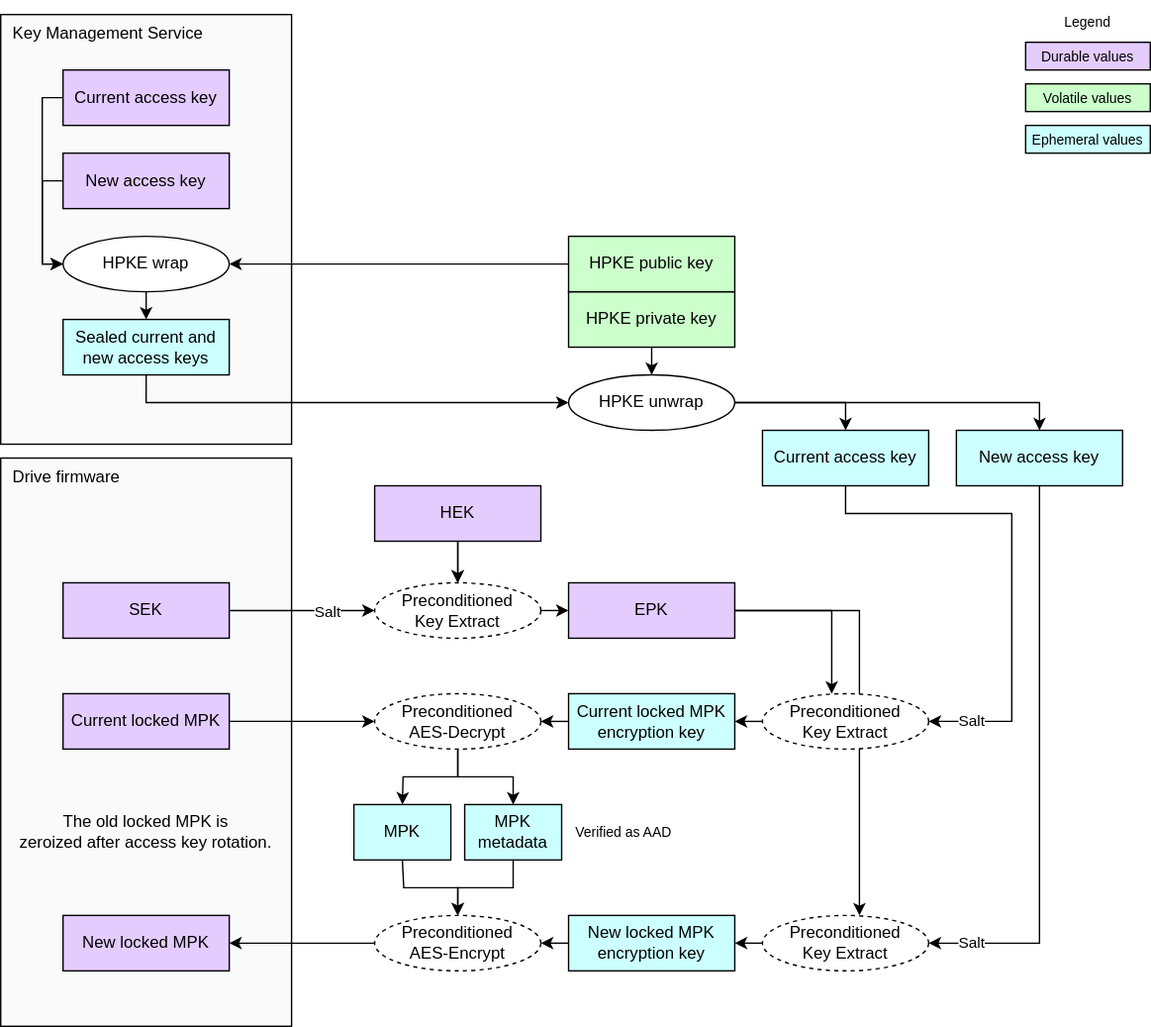
Earlier version of the draw.io export doc/ocp_lock/diagrams/mpk_access_key_rotation.drawio.svg (chipsalliance/Caliptra). Source tidied: cells renumbered, new cells last; positions are measured from the earlier drawing's top-left corner, leaving out a move shared by most shapes.
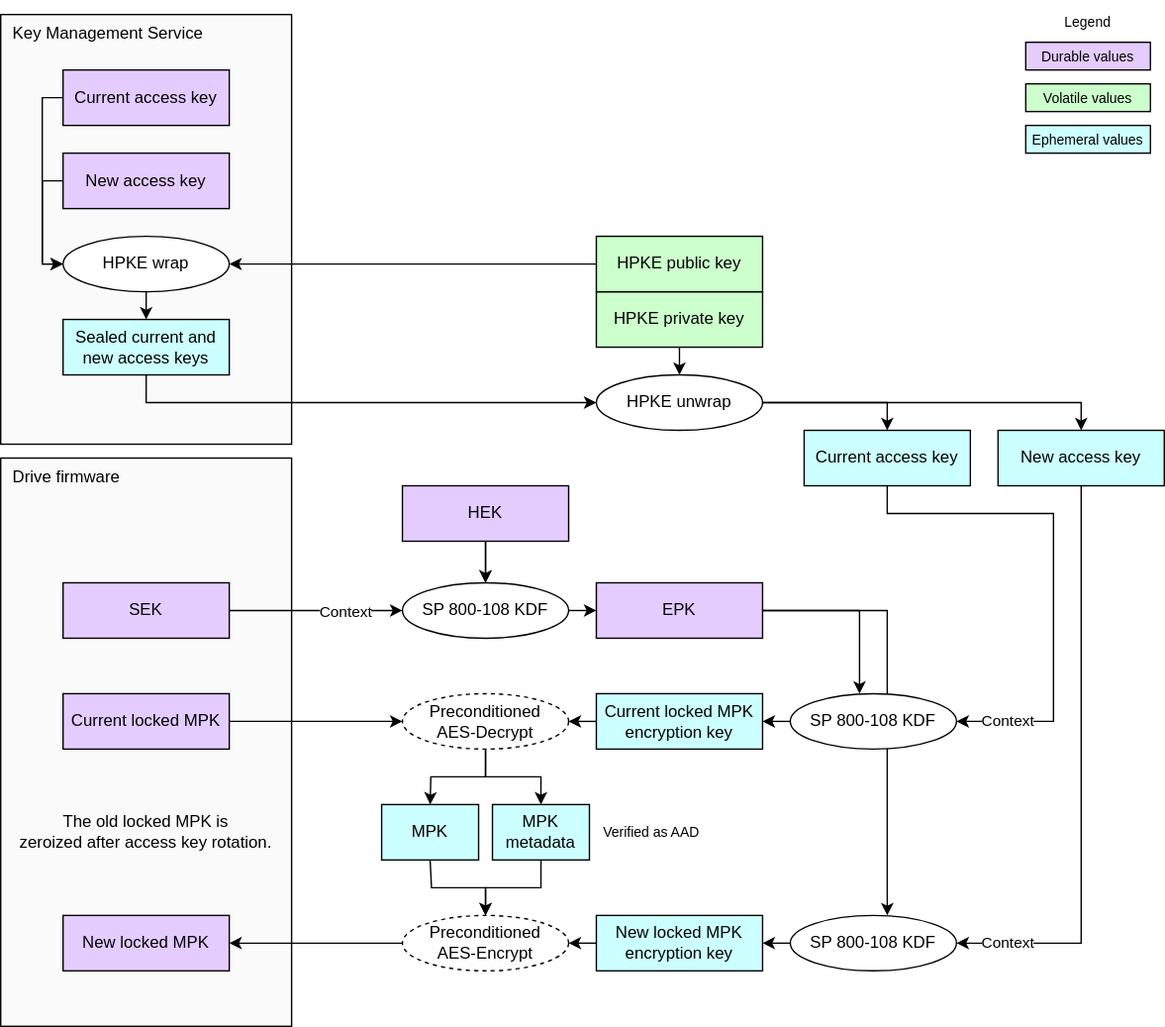
The same diagram one commit later.

Commit message:
Simplify LOCK to avoid use of preconditioned-key-extract. (#553)

What changed in the source:
```diff
@@ -9,7 +9,7 @@
       <mxGeometry relative="1" as="geometry" />
     </mxCell>
     <mxCell id="4" value="&lt;div&gt;&lt;font color=&quot;#000000&quot;&gt;HEK&lt;/font&gt;&lt;/div&gt;" style="rounded=0;whiteSpace=wrap;html=1;align=center;verticalAlign=middle;shadow=0;glass=0;spacingLeft=0;spacingBottom=0;spacingTop=0;fillColor=#E5CCFF;" parent="1" vertex="1">
-      <mxGeometry x="270" y="350" width="120" height="40" as="geometry" />
+      <mxGeometry x="290" y="350" width="120" height="40" as="geometry" />
     </mxCell>
     <mxCell id="5" value="&lt;div&gt;&lt;font color=&quot;#000000&quot;&gt;Durable values&lt;/font&gt;&lt;/div&gt;" style="rounded=0;whiteSpace=wrap;html=1;align=center;verticalAlign=middle;shadow=0;glass=0;spacingLeft=0;spacingBottom=0;spacingTop=0;fillColor=#E5CCFF;fontSize=10;" parent="1" vertex="1">
       <mxGeometry x="740" y="30" width="90" height="20" as="geometry" />
@@ -26,7 +26,7 @@
     <mxCell id="9" style="edgeStyle=none;html=1;exitX=1;exitY=0.5;exitDx=0;exitDy=0;entryX=0;entryY=0.5;entryDx=0;entryDy=0;" parent="1" edge="1" source="11" target="13">
       <mxGeometry relative="1" as="geometry" />
     </mxCell>
-    <mxCell id="10" value="Salt" style="edgeLabel;html=1;align=center;verticalAlign=middle;" parent="9" vertex="1">
+    <mxCell id="10" value="Context" style="edgeLabel;html=1;align=center;verticalAlign=middle;" parent="9" vertex="1">
       <mxGeometry x="0.33" relative="1" as="geometry" />
     </mxCell>
     <mxCell id="11" value="&lt;div&gt;&lt;font color=&quot;#000000&quot;&gt;SEK&lt;/font&gt;&lt;/div&gt;" style="rounded=0;whiteSpace=wrap;html=1;align=center;verticalAlign=middle;shadow=0;glass=0;spacingLeft=0;spacingBottom=0;spacingTop=0;fillColor=#E5CCFF;" parent="1" vertex="1">
@@ -35,11 +35,11 @@
     <mxCell id="12" style="edgeStyle=none;html=1;exitX=1;exitY=0.5;exitDx=0;exitDy=0;entryX=0;entryY=0.5;entryDx=0;entryDy=0;" parent="1" edge="1" source="13" target="14">
       <mxGeometry relative="1" as="geometry" />
     </mxCell>
-    <mxCell id="13" value="&lt;span style=&quot;color: rgb(0, 0, 0);&quot;&gt;Preconditioned&lt;/span&gt;&lt;div&gt;Key Extract&lt;/div&gt;" style="ellipse;whiteSpace=wrap;html=1;fillColor=#FFFFFF;dashed=1;" parent="1" vertex="1">
-      <mxGeometry x="270" y="420" width="120" height="40" as="geometry" />
+    <mxCell id="13" value="SP 800-108 KDF" style="ellipse;whiteSpace=wrap;html=1;fillColor=#FFFFFF;" parent="1" vertex="1">
+      <mxGeometry x="290" y="420" width="120" height="40" as="geometry" />
     </mxCell>
     <mxCell id="14" value="&lt;div&gt;&lt;font color=&quot;#000000&quot;&gt;EPK&lt;/font&gt;&lt;/div&gt;" style="rounded=0;whiteSpace=wrap;html=1;align=center;verticalAlign=middle;shadow=0;glass=0;spacingLeft=0;spacingBottom=0;spacingTop=0;fillColor=#E5CCFF;" parent="1" vertex="1">
-      <mxGeometry x="410" y="420" width="120" height="40" as="geometry" />
+      <mxGeometry x="430" y="420" width="120" height="40" as="geometry" />
     </mxCell>
     <mxCell id="15" style="edgeStyle=none;html=1;exitX=0.5;exitY=1;exitDx=0;exitDy=0;entryX=0.5;entryY=0;entryDx=0;entryDy=0;" parent="1" edge="1" source="4" target="13">
       <mxGeometry relative="1" as="geometry" />
@@ -51,13 +51,13 @@
       <mxGeometry relative="1" as="geometry" />
     </mxCell>
     <mxCell id="18" value="&lt;div&gt;&lt;font color=&quot;#000000&quot;&gt;HPKE private key&lt;/font&gt;&lt;/div&gt;" style="rounded=0;whiteSpace=wrap;html=1;align=center;verticalAlign=middle;shadow=0;glass=0;spacingLeft=0;spacingBottom=0;spacingTop=0;fillColor=#CCFFCC;" parent="1" vertex="1">
-      <mxGeometry x="410" y="210" width="120" height="40" as="geometry" />
+      <mxGeometry x="430" y="210" width="120" height="40" as="geometry" />
     </mxCell>
     <mxCell id="19" value="&lt;div&gt;&lt;font color=&quot;#000000&quot;&gt;Sealed&amp;nbsp;&lt;/font&gt;&lt;span style=&quot;background-color: transparent;&quot;&gt;current and new access keys&lt;/span&gt;&lt;/div&gt;" style="rounded=0;whiteSpace=wrap;html=1;align=center;verticalAlign=middle;shadow=0;glass=0;spacingLeft=0;spacingBottom=0;spacingTop=0;fillColor=#CCFFFF;" parent="1" vertex="1">
       <mxGeometry x="45" y="230" width="120" height="40" as="geometry" />
     </mxCell>
     <mxCell id="20" value="&lt;div&gt;&lt;font color=&quot;#000000&quot;&gt;HPKE public key&lt;/font&gt;&lt;/div&gt;" style="rounded=0;whiteSpace=wrap;html=1;align=center;verticalAlign=middle;shadow=0;glass=0;spacingLeft=0;spacingBottom=0;spacingTop=0;fillColor=#CCFFCC;" parent="1" vertex="1">
-      <mxGeometry x="410" y="170" width="120" height="40" as="geometry" />
+      <mxGeometry x="430" y="170" width="120" height="40" as="geometry" />
     </mxCell>
     <mxCell id="21" value="HPKE wrap" style="ellipse;whiteSpace=wrap;html=1;fillColor=#FFFFFF;" parent="1" vertex="1">
       <mxGeometry x="45" y="170" width="120" height="40" as="geometry" />
@@ -77,7 +77,7 @@
       <mxGeometry relative="1" as="geometry" />
     </mxCell>
     <mxCell id="25" value="HPKE unwrap" style="ellipse;whiteSpace=wrap;html=1;fillColor=#FFFFFF;" parent="1" vertex="1">
-      <mxGeometry x="410" y="270" width="120" height="40" as="geometry" />
+      <mxGeometry x="430" y="270" width="120" height="40" as="geometry" />
     </mxCell>
     <mxCell id="26" style="edgeStyle=segmentEdgeStyle;endArrow=classic;html=1;curved=0;rounded=0;endSize=6;startSize=6;exitX=0.5;exitY=1;exitDx=0;exitDy=0;entryX=0.5;entryY=0;entryDx=0;entryDy=0;" parent="1" edge="1" source="21" target="19">
       <mxGeometry relative="1" as="geometry" />
@@ -88,19 +88,19 @@
     <mxCell id="28" style="edgeStyle=orthogonalEdgeStyle;html=1;exitX=0.5;exitY=1;exitDx=0;exitDy=0;entryX=1;entryY=0.5;entryDx=0;entryDy=0;rounded=0;" parent="1" edge="1" source="30" target="55">
       <mxGeometry relative="1" as="geometry">
         <Array as="points">
-          <mxPoint x="610" y="370" />
-          <mxPoint x="730" y="370" />
-          <mxPoint x="730" y="520" />
+          <mxPoint x="640" y="370" />
+          <mxPoint x="760" y="370" />
+          <mxPoint x="760" y="520" />
         </Array>
       </mxGeometry>
     </mxCell>
-    <mxCell id="29" value="Salt" style="edgeLabel;html=1;align=center;verticalAlign=middle;" parent="28" vertex="1">
+    <mxCell id="29" value="Context" style="edgeLabel;html=1;align=center;verticalAlign=middle;" parent="28" vertex="1">
       <mxGeometry x="0.86" relative="1" as="geometry">
-        <mxPoint x="6" y="-1" as="offset" />
+        <mxPoint x="11" y="-1" as="offset" />
       </mxGeometry>
     </mxCell>
     <mxCell id="30" value="&lt;div&gt;&lt;font color=&quot;#000000&quot;&gt;Current access key&lt;/font&gt;&lt;/div&gt;" style="rounded=0;whiteSpace=wrap;html=1;align=center;verticalAlign=middle;shadow=0;glass=0;spacingLeft=0;spacingBottom=0;spacingTop=0;fillColor=#CCFFFF;" parent="1" vertex="1">
-      <mxGeometry x="550" y="310" width="120" height="40" as="geometry" />
+      <mxGeometry x="580" y="310" width="120" height="40" as="geometry" />
     </mxCell>
     <mxCell id="31" style="endArrow=classic;html=1;rounded=0;endSize=6;startSize=6;exitX=0.5;exitY=1;exitDx=0;exitDy=0;entryX=0;entryY=0.5;entryDx=0;entryDy=0;edgeStyle=orthogonalEdgeStyle;" parent="1" edge="1" source="19" target="25">
       <mxGeometry relative="1" as="geometry" />
@@ -116,13 +116,13 @@
     <mxCell id="33" style="edgeStyle=orthogonalEdgeStyle;html=1;exitX=0.5;exitY=1;exitDx=0;exitDy=0;entryX=1;entryY=0.5;entryDx=0;entryDy=0;rounded=0;" parent="1" edge="1" source="35" target="42">
       <mxGeometry relative="1" as="geometry" />
     </mxCell>
-    <mxCell id="34" value="Salt" style="edgeLabel;html=1;align=center;verticalAlign=middle;" parent="33" vertex="1">
+    <mxCell id="34" value="Context" style="edgeLabel;html=1;align=center;verticalAlign=middle;" parent="33" vertex="1">
       <mxGeometry x="0.88" relative="1" as="geometry">
-        <mxPoint x="6" y="-1" as="offset" />
+        <mxPoint x="11" y="-1" as="offset" />
       </mxGeometry>
     </mxCell>
     <mxCell id="35" value="&lt;div&gt;&lt;font color=&quot;#000000&quot;&gt;New access key&lt;/font&gt;&lt;/div&gt;" style="rounded=0;whiteSpace=wrap;html=1;align=center;verticalAlign=middle;shadow=0;glass=0;spacingLeft=0;spacingBottom=0;spacingTop=0;fillColor=#CCFFFF;" parent="1" vertex="1">
-      <mxGeometry x="690" y="310" width="120" height="40" as="geometry" />
+      <mxGeometry x="720" y="310" width="120" height="40" as="geometry" />
     </mxCell>
     <mxCell id="36" style="endArrow=classic;html=1;rounded=0;endSize=6;startSize=6;entryX=1;entryY=0.5;entryDx=0;entryDy=0;jumpStyle=gap;exitX=0;exitY=0.5;exitDx=0;exitDy=0;" parent="1" edge="1" source="20" target="21">
       <mxGeometry relative="1" as="geometry" />
@@ -131,77 +131,77 @@
       <mxGeometry relative="1" as="geometry" />
     </mxCell>
     <mxCell id="38" value="&lt;div&gt;&lt;font color=&quot;#000000&quot;&gt;Current locked MPK encryption key&lt;/font&gt;&lt;/div&gt;" style="rounded=0;whiteSpace=wrap;html=1;align=center;verticalAlign=middle;shadow=0;glass=0;spacingLeft=0;spacingBottom=0;spacingTop=0;fillColor=#CCFFFF;" parent="1" vertex="1">
-      <mxGeometry x="410" y="500" width="120" height="40" as="geometry" />
+      <mxGeometry x="430" y="500" width="120" height="40" as="geometry" />
     </mxCell>
     <mxCell id="39" style="edgeStyle=none;html=1;exitX=0;exitY=0.5;exitDx=0;exitDy=0;entryX=1;entryY=0.5;entryDx=0;entryDy=0;" parent="1" edge="1" source="40" target="45">
       <mxGeometry relative="1" as="geometry" />
     </mxCell>
     <mxCell id="40" value="&lt;div&gt;&lt;font color=&quot;#000000&quot;&gt;New locked MPK encryption key&lt;/font&gt;&lt;/div&gt;" style="rounded=0;whiteSpace=wrap;html=1;align=center;verticalAlign=middle;shadow=0;glass=0;spacingLeft=0;spacingBottom=0;spacingTop=0;fillColor=#CCFFFF;" parent="1" vertex="1">
-      <mxGeometry x="410" y="660" width="120" height="40" as="geometry" />
+      <mxGeometry x="430" y="660" width="120" height="40" as="geometry" />
     </mxCell>
     <mxCell id="41" style="edgeStyle=none;html=1;" parent="1" edge="1" source="42" target="40">
       <mxGeometry relative="1" as="geometry" />
     </mxCell>
-    <mxCell id="42" value="&lt;span style=&quot;color: rgb(0, 0, 0);&quot;&gt;Preconditioned&lt;/span&gt;&lt;div&gt;Key Extract&lt;/div&gt;" style="ellipse;whiteSpace=wrap;html=1;fillColor=#FFFFFF;dashed=1;" parent="1" vertex="1">
-      <mxGeometry x="550" y="660" width="120" height="40" as="geometry" />
+    <mxCell id="42" value="&lt;div&gt;SP 800-108 KDF&lt;/div&gt;" style="ellipse;whiteSpace=wrap;html=1;fillColor=#FFFFFF;" parent="1" vertex="1">
+      <mxGeometry x="570" y="660" width="120" height="40" as="geometry" />
     </mxCell>
     <mxCell id="43" style="endArrow=classic;html=1;exitX=0;exitY=0.5;exitDx=0;exitDy=0;entryX=1;entryY=0.5;entryDx=0;entryDy=0;jumpStyle=gap;" parent="1" edge="1" source="55" target="38">
       <mxGeometry relative="1" as="geometry" />
     </mxCell>
     <mxCell id="44" value="Preconditioned&lt;div&gt;AES-Decrypt&lt;/div&gt;" style="ellipse;whiteSpace=wrap;html=1;fillColor=#FFFFFF;dashed=1;" parent="1" vertex="1">
-      <mxGeometry x="270" y="500" width="120" height="40" as="geometry" />
+      <mxGeometry x="290" y="500" width="120" height="40" as="geometry" />
     </mxCell>
     <mxCell id="45" value="Preconditioned&lt;div&gt;AES-Encrypt&lt;/div&gt;" style="ellipse;whiteSpace=wrap;html=1;fillColor=#FFFFFF;dashed=1;" parent="1" vertex="1">
-      <mxGeometry x="270" y="660" width="120" height="40" as="geometry" />
+      <mxGeometry x="290" y="660" width="120" height="40" as="geometry" />
     </mxCell>
     <mxCell id="46" style="endArrow=none;html=1;exitX=0.5;exitY=0;exitDx=0;exitDy=0;entryX=0.5;entryY=1;entryDx=0;entryDy=0;startArrow=classic;startFill=1;endFill=0;rounded=0;edgeStyle=orthogonalEdgeStyle;" parent="1" edge="1" source="45">
       <mxGeometry relative="1" as="geometry">
-        <mxPoint x="290" y="620" as="targetPoint" />
+        <mxPoint x="310" y="620" as="targetPoint" />
         <Array as="points">
-          <mxPoint x="330" y="640" />
-          <mxPoint x="291" y="640" />
-          <mxPoint x="291" y="620" />
+          <mxPoint x="350" y="640" />
+          <mxPoint x="311" y="640" />
+          <mxPoint x="311" y="620" />
         </Array>
       </mxGeometry>
     </mxCell>
     <mxCell id="47" style="edgeStyle=orthogonalEdgeStyle;html=1;entryX=0.5;entryY=0;entryDx=0;entryDy=0;rounded=0;exitX=0.5;exitY=1;exitDx=0;exitDy=0;" parent="1" edge="1" source="44">
       <mxGeometry relative="1" as="geometry">
-        <mxPoint x="290" y="580" as="targetPoint" />
+        <mxPoint x="310" y="580" as="targetPoint" />
       </mxGeometry>
     </mxCell>
     <mxCell id="48" style="edgeStyle=orthogonalEdgeStyle;html=1;entryX=0.5;entryY=0;entryDx=0;entryDy=0;rounded=0;exitX=0.5;exitY=1;exitDx=0;exitDy=0;" parent="1" edge="1" source="44" target="51">
       <mxGeometry relative="1" as="geometry" />
     </mxCell>
     <mxCell id="49" value="&lt;div&gt;&lt;font color=&quot;#000000&quot;&gt;MPK&lt;/font&gt;&lt;/div&gt;" style="rounded=0;whiteSpace=wrap;html=1;align=center;verticalAlign=middle;shadow=0;glass=0;spacingLeft=0;spacingBottom=0;spacingTop=0;fillColor=#CCFFFF;" parent="1" vertex="1">
-      <mxGeometry x="255" y="580" width="70" height="40" as="geometry" />
+      <mxGeometry x="275" y="580" width="70" height="40" as="geometry" />
     </mxCell>
     <mxCell id="50" style="edgeStyle=orthogonalEdgeStyle;html=1;exitX=0.5;exitY=1;exitDx=0;exitDy=0;entryX=0.5;entryY=0;entryDx=0;entryDy=0;rounded=0;" parent="1" edge="1" source="51" target="45">
       <mxGeometry relative="1" as="geometry" />
     </mxCell>
     <mxCell id="51" value="&lt;div&gt;&lt;font color=&quot;#000000&quot;&gt;MPK metadata&lt;/font&gt;&lt;/div&gt;" style="rounded=0;whiteSpace=wrap;html=1;align=center;verticalAlign=middle;shadow=0;glass=0;spacingLeft=0;spacingBottom=0;spacingTop=0;fillColor=#CCFFFF;" parent="1" vertex="1">
-      <mxGeometry x="335" y="580" width="70" height="40" as="geometry" />
+      <mxGeometry x="355" y="580" width="70" height="40" as="geometry" />
     </mxCell>
     <mxCell id="52" value="Verified as AAD" style="text;strokeColor=none;align=center;fillColor=none;html=1;verticalAlign=middle;whiteSpace=wrap;rounded=0;fontSize=10;" parent="1" vertex="1">
-      <mxGeometry x="410" y="585" width="80" height="30" as="geometry" />
+      <mxGeometry x="430" y="585" width="80" height="30" as="geometry" />
     </mxCell>
     <mxCell id="53" style="edgeStyle=orthogonalEdgeStyle;endArrow=classic;html=1;rounded=0;endSize=6;startSize=6;entryX=0.417;entryY=0;entryDx=0;entryDy=0;entryPerimeter=0;exitX=1;exitY=0.5;exitDx=0;exitDy=0;" parent="1" edge="1" source="14">
       <mxGeometry relative="1" as="geometry">
-        <mxPoint x="600" y="500" as="targetPoint" />
+        <mxPoint x="620" y="500" as="targetPoint" />
         <Array as="points">
-          <mxPoint x="600" y="440" />
+          <mxPoint x="620" y="440" />
         </Array>
       </mxGeometry>
     </mxCell>
     <mxCell id="54" style="edgeStyle=orthogonalEdgeStyle;endArrow=classic;html=1;rounded=0;endSize=6;startSize=6;exitX=1;exitY=0.5;exitDx=0;exitDy=0;entryX=0.583;entryY=0;entryDx=0;entryDy=0;entryPerimeter=0;" parent="1" edge="1" source="14">
       <mxGeometry relative="1" as="geometry">
-        <mxPoint x="620" y="660" as="targetPoint" />
+        <mxPoint x="640" y="660" as="targetPoint" />
         <Array as="points">
-          <mxPoint x="620" y="440" />
+          <mxPoint x="640" y="440" />
         </Array>
       </mxGeometry>
     </mxCell>
-    <mxCell id="55" value="&lt;span style=&quot;color: rgb(0, 0, 0);&quot;&gt;Preconditioned&lt;/span&gt;&lt;div&gt;Key Extract&lt;/div&gt;" style="ellipse;whiteSpace=wrap;html=1;fillColor=#FFFFFF;dashed=1;" parent="1" vertex="1">
-      <mxGeometry x="550" y="500" width="120" height="40" as="geometry" />
+    <mxCell id="55" value="SP 800-108 KDF" style="ellipse;whiteSpace=wrap;html=1;fillColor=#FFFFFF;" parent="1" vertex="1">
+      <mxGeometry x="570" y="500" width="120" height="40" as="geometry" />
     </mxCell>
     <mxCell id="56" value="&lt;div&gt;&lt;font color=&quot;#000000&quot;&gt;Current locked MPK&lt;/font&gt;&lt;/div&gt;" style="rounded=0;whiteSpace=wrap;html=1;align=center;verticalAlign=middle;shadow=0;glass=0;spacingLeft=0;spacingBottom=0;spacingTop=0;fillColor=#E5CCFF;" parent="1" vertex="1">
       <mxGeometry x="45" y="500" width="120" height="40" as="geometry" />
```
